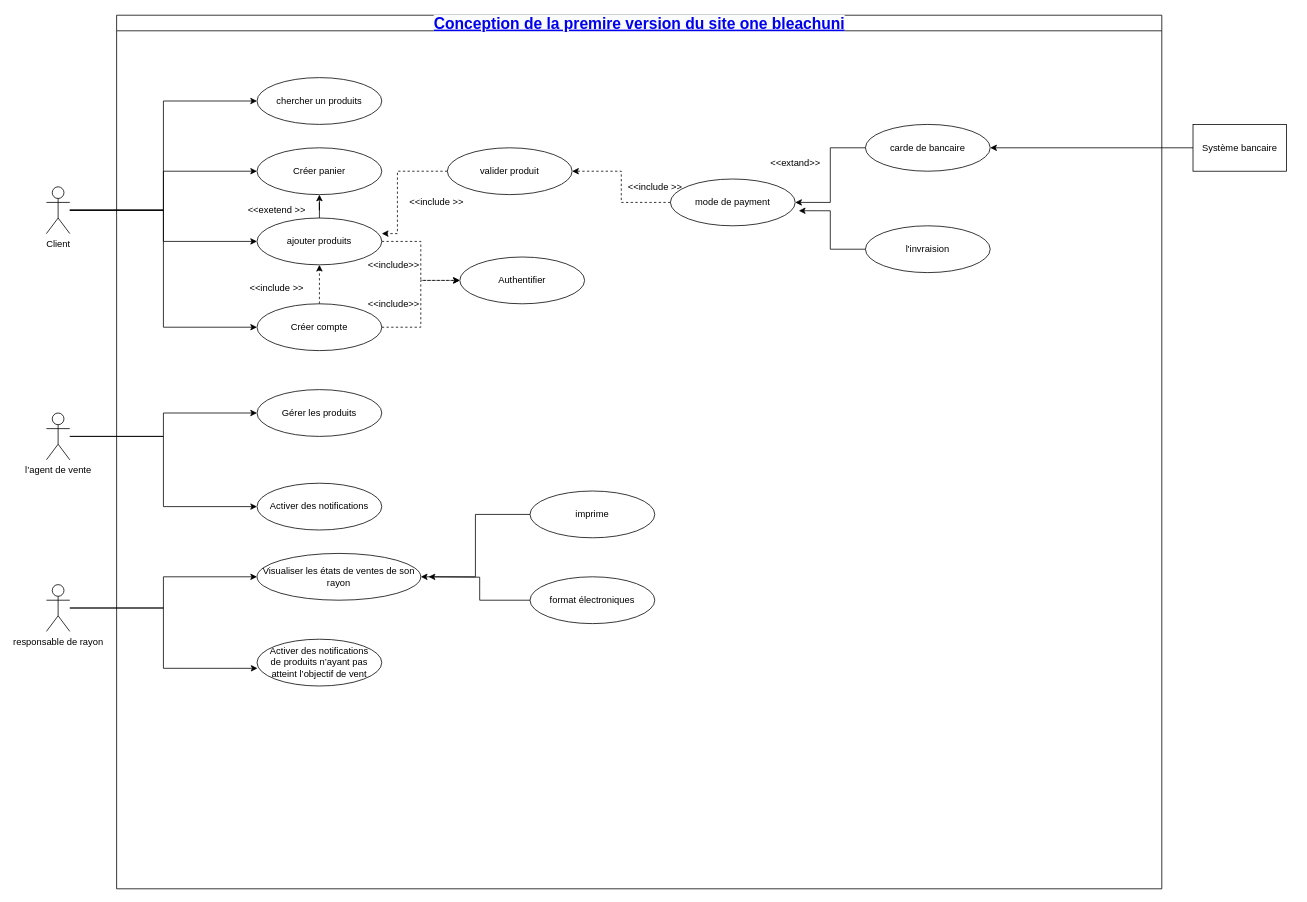
The draw.io diagram Untitled Diagram.drawio in said11707/Conception-de-la-premi-re-version-du-site-one-bleach.uni-, before the edit. Source tidied: cells renumbered, new cells numbered last; positions are measured from the earlier drawing's top-left corner, leaving out a move shared by most shapes. Both pictures are drawn from the tidied source at 78%, with x=0, y=0 at pixel (46, 15).
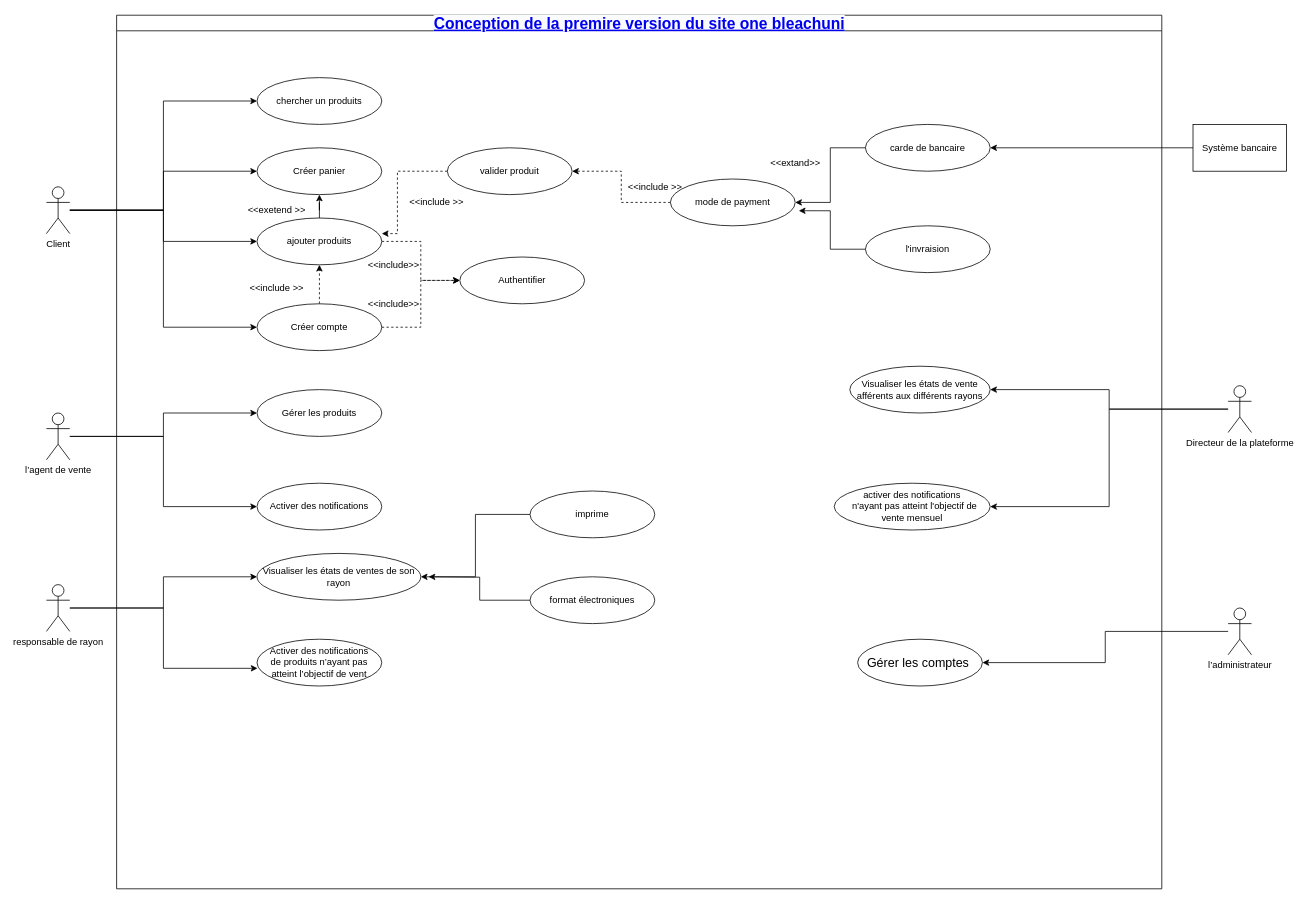
Above is the later version.

The change refers to these unchanged cells:
```xml
<mxCell id="2" value="&lt;a class=&quot;&quot; href=&quot;https://github.com/said11707/Conception-de-la-premi-re-version-du-site-one-bleach.uni-&quot; style=&quot;box-sizing: border-box ; background-color: rgb(250 , 251 , 252) ; outline-width: 0px ; font-family: , &amp;#34;blinkmacsystemfont&amp;#34; , &amp;#34;segoe ui&amp;#34; , &amp;#34;helvetica&amp;#34; , &amp;#34;arial&amp;#34; , sans-serif , &amp;#34;apple color emoji&amp;#34; , &amp;#34;segoe ui emoji&amp;#34; ; font-size: 20px&quot;&gt;Conception de la premire version du site one bleachuni&lt;/a&gt;" style="swimlane;html=1;startSize=20;horizontal=1;containerType=tree;glass=0;" parent="1" vertex="1">
  <mxGeometry x="90" width="1340" height="1120" as="geometry" />
</mxCell>
```

The edit, as a diff of the source:
```diff
@@
+    <mxCell id="48" value="Visualiser les états de vente afférents aux différents rayons" style="ellipse;whiteSpace=wrap;html=1;" parent="2" vertex="1">
+      <mxGeometry x="940" y="450" width="180" height="60" as="geometry" />
+    </mxCell>
+    <mxCell id="49" value="activer des notifications&lt;br&gt;&amp;nbsp; n'ayant pas atteint l'objectif de vente mensuel" style="ellipse;whiteSpace=wrap;html=1;" parent="2" vertex="1">
+      <mxGeometry x="920" y="600" width="200" height="60" as="geometry" />
+    </mxCell>
+    <mxCell id="50" value="&lt;span style=&quot;font-family: &amp;#34;nunito sans&amp;#34; , sans-serif ; font-size: 16px ; background-color: rgb(255 , 255 , 255)&quot;&gt;Gérer les comptes&amp;nbsp;&lt;/span&gt;" style="ellipse;whiteSpace=wrap;html=1;" parent="2" vertex="1">
+      <mxGeometry x="950" y="800" width="160" height="60" as="geometry" />
+    </mxCell>
@@
+    <mxCell id="51" style="edgeStyle=orthogonalEdgeStyle;rounded=0;jettySize=auto;html=1;entryX=1;entryY=0.5;entryDx=0;entryDy=0;" parent="1" edge="1" source="53" target="48">
+      <mxGeometry relative="1" as="geometry" />
+    </mxCell>
+    <mxCell id="52" style="edgeStyle=orthogonalEdgeStyle;rounded=0;jettySize=auto;html=1;entryX=1;entryY=0.5;entryDx=0;entryDy=0;" parent="1" edge="1" source="53" target="49">
+      <mxGeometry relative="1" as="geometry" />
+    </mxCell>
+    <mxCell id="53" value="Directeur de la plateforme" style="shape=umlActor;verticalLabelPosition=bottom;verticalAlign=top;html=1;outlineConnect=0;" parent="1" vertex="1">
+      <mxGeometry x="1515" y="475" width="30" height="60" as="geometry" />
+    </mxCell>
+    <mxCell id="54" style="edgeStyle=orthogonalEdgeStyle;rounded=0;jettySize=auto;html=1;entryX=1;entryY=0.5;entryDx=0;entryDy=0;" parent="1" edge="1" source="55" target="50">
+      <mxGeometry relative="1" as="geometry" />
+    </mxCell>
+    <mxCell id="55" value="l’administrateur" style="shape=umlActor;verticalLabelPosition=bottom;verticalAlign=top;html=1;outlineConnect=0;" parent="1" vertex="1">
+      <mxGeometry x="1515" y="760" width="30" height="60" as="geometry" />
+    </mxCell>
```
